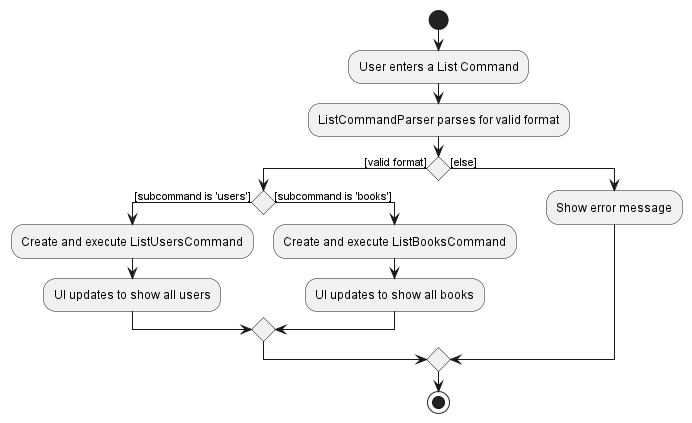
nus-cs2103-AY2223S1/tp keeps this PlantUML diagram as docs/images/ListActivityDiagram.png. Above is the earlier version. Source of this version:
```plantuml
@startuml
start
:User enters a List Command;
:ListCommandParser parses for valid format;

if () then ([valid format])
    if () then ([subcommand is 'users'])
        :Create and execute ListUsersCommand;
        :UI updates to show all users;
    else ([subcommand is 'books'])
        :Create and execute ListBooksCommand;
        :UI updates to show all books;
    endif
else ([else])
    :Show error message;
endif
stop
@enduml
```
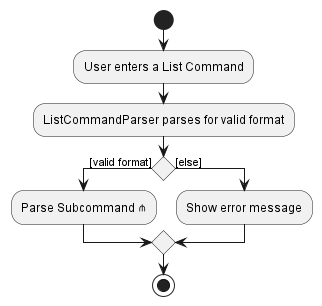
The same file after the commit.

Commit message:
Update List implementation details and fix formatting

The edit, as a diff of the source:
```diff
@@ -4,13 +4,7 @@
 :ListCommandParser parses for valid format;
 
 if () then ([valid format])
-    if () then ([subcommand is 'users'])
-        :Create and execute ListUsersCommand;
-        :UI updates to show all users;
-    else ([subcommand is 'books'])
-        :Create and execute ListBooksCommand;
-        :UI updates to show all books;
-    endif
+    :Parse Subcommand ⋔;
 else ([else])
     :Show error message;
 endif
```
